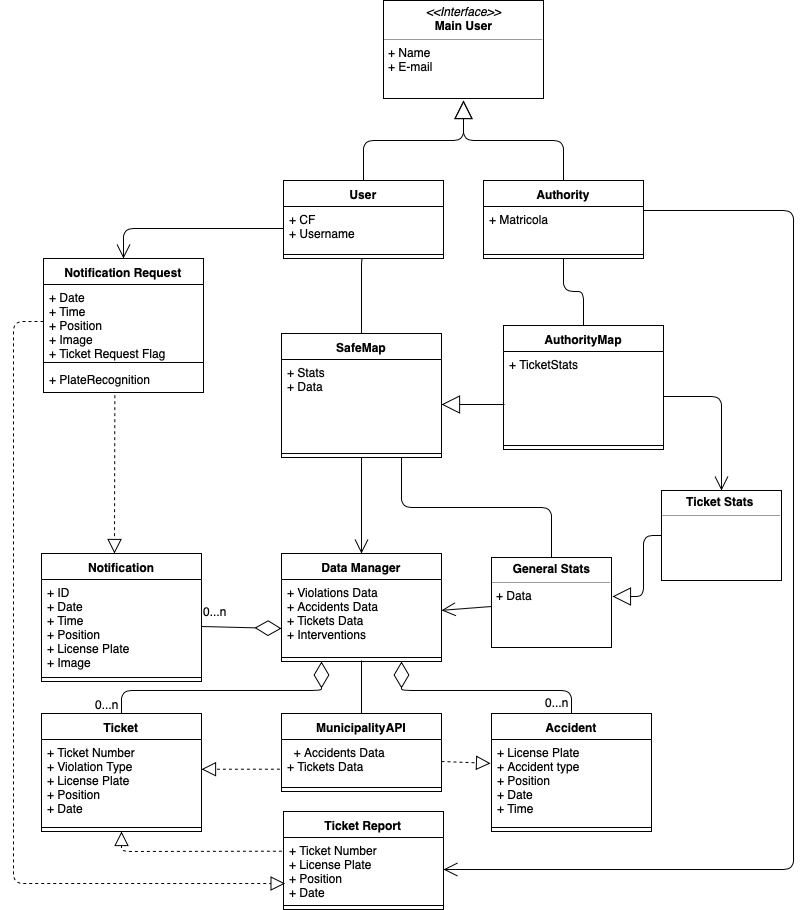
Earlier version of the draw.io export RASD2/Images/Diagrams/Class_Diagram.png (adrianomundo/FaddaMundoRota). Source tidied: cells renumbered, new cells last; positions are measured from the earlier drawing's top-left corner, leaving out a move shared by most shapes.
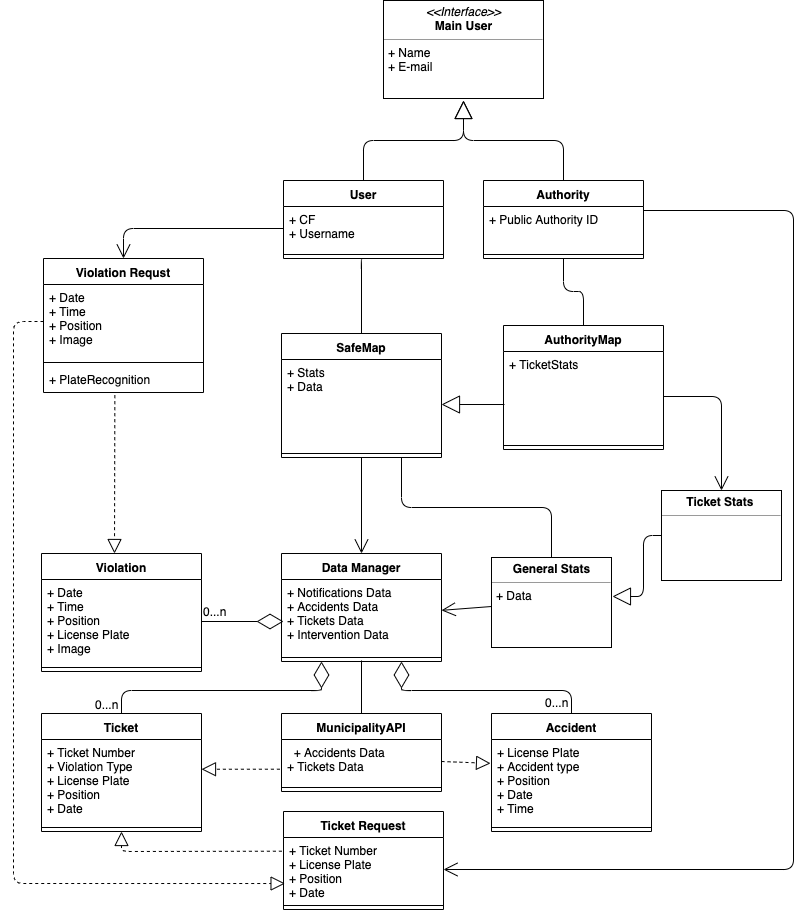
The same file after the commit.

Diff of the diagram source:
```diff
@@ -14,7 +14,7 @@
     <mxCell id="5" value="Authority" style="swimlane;fontStyle=1;align=center;verticalAlign=top;horizontal=1;startSize=26;fillColor=#ffffff;" parent="1" vertex="1">
       <mxGeometry x="470" y="180" width="160" height="78" as="geometry" />
     </mxCell>
-    <mxCell id="6" value="+ Matricola" style="text;strokeColor=none;fillColor=none;align=left;verticalAlign=top;spacingLeft=4;spacingRight=4;overflow=hidden;points=[[0,0.5],[1,0.5]];portConstraint=eastwest;" parent="5" vertex="1">
+    <mxCell id="6" value="+ Public Authority ID" style="text;strokeColor=none;fillColor=none;align=left;verticalAlign=top;spacingLeft=4;spacingRight=4;overflow=hidden;points=[[0,0.5],[1,0.5]];portConstraint=eastwest;" parent="5" vertex="1">
       <mxGeometry y="26" width="160" height="44" as="geometry" />
     </mxCell>
     <mxCell id="7" style="line;strokeWidth=1;fillColor=none;align=left;verticalAlign=middle;spacingTop=-1;spacingLeft=3;spacingRight=3;labelPosition=right;" parent="5" vertex="1">
@@ -41,10 +41,10 @@
     <mxCell id="10" value="&lt;p style=&quot;margin: 0px ; margin-top: 4px ; text-align: center&quot;&gt;&lt;i&gt;&amp;lt;&amp;lt;Interface&amp;gt;&amp;gt;&lt;/i&gt;&lt;br&gt;&lt;b&gt;Main User&lt;/b&gt;&lt;/p&gt;&lt;hr size=&quot;1&quot;&gt;&lt;p style=&quot;margin: 0px ; margin-left: 4px&quot;&gt;+ Name&lt;br&gt;+ E-mail&lt;/p&gt;&lt;p style=&quot;margin: 0px ; margin-left: 4px&quot;&gt;&lt;br&gt;&lt;/p&gt;" style="verticalAlign=top;align=left;overflow=fill;fontSize=12;fontFamily=Helvetica;html=1;rounded=0;fillColor=#ffffff;gradientColor=none;" parent="1" vertex="1">
       <mxGeometry x="370" width="160" height="98" as="geometry" />
     </mxCell>
-    <mxCell id="11" value="Notification Request" style="swimlane;fontStyle=1;align=center;verticalAlign=top;horizontal=1;startSize=26;rounded=0;fillColor=#ffffff;gradientColor=none;" parent="1" vertex="1">
+    <mxCell id="11" value="Violation Requst" style="swimlane;fontStyle=1;align=center;verticalAlign=top;horizontal=1;startSize=26;rounded=0;fillColor=#ffffff;gradientColor=none;" parent="1" vertex="1">
       <mxGeometry x="30" y="258" width="160" height="134" as="geometry" />
     </mxCell>
-    <mxCell id="12" value="+ Date&#10;+ Time&#10;+ Position&#10;+ Image&#10;+ Ticket Request Flag" style="text;strokeColor=none;fillColor=none;align=left;verticalAlign=top;spacingLeft=4;spacingRight=4;overflow=hidden;points=[[0,0.5],[1,0.5]];portConstraint=eastwest;" parent="11" vertex="1">
+    <mxCell id="12" value="+ Date&#10;+ Time&#10;+ Position&#10;+ Image&#10;" style="text;strokeColor=none;fillColor=none;align=left;verticalAlign=top;spacingLeft=4;spacingRight=4;overflow=hidden;points=[[0,0.5],[1,0.5]];portConstraint=eastwest;" parent="11" vertex="1">
       <mxGeometry y="26" width="160" height="74" as="geometry" />
     </mxCell>
     <mxCell id="13" style="line;strokeWidth=1;fillColor=none;align=left;verticalAlign=middle;spacingTop=-1;spacingLeft=3;spacingRight=3;labelPosition=right;" parent="11" vertex="1">
@@ -53,19 +53,19 @@
     <mxCell id="14" value="+ PlateRecognition" style="text;strokeColor=none;fillColor=none;align=left;verticalAlign=top;spacingLeft=4;spacingRight=4;overflow=hidden;points=[[0,0.5],[1,0.5]];portConstraint=eastwest;" parent="11" vertex="1">
       <mxGeometry y="108" width="160" height="26" as="geometry" />
     </mxCell>
-    <mxCell id="15" value="Notification" style="swimlane;fontStyle=1;align=center;verticalAlign=top;horizontal=1;startSize=26;fillColor=#ffffff;" parent="1" vertex="1">
-      <mxGeometry x="28" y="553" width="160" height="128" as="geometry" />
+    <mxCell id="15" value="Violation" style="swimlane;fontStyle=1;align=center;verticalAlign=top;horizontal=1;startSize=26;fillColor=#ffffff;" parent="1" vertex="1">
+      <mxGeometry x="28" y="553" width="160" height="118" as="geometry" />
     </mxCell>
-    <mxCell id="16" value="+ ID&#10;+ Date&#10;+ Time&#10;+ Position&#10;+ License Plate&#10;+ Image" style="text;strokeColor=none;fillColor=none;align=left;verticalAlign=top;spacingLeft=4;spacingRight=4;overflow=hidden;points=[[0,0.5],[1,0.5]];portConstraint=eastwest;" parent="15" vertex="1">
-      <mxGeometry y="26" width="160" height="94" as="geometry" />
+    <mxCell id="16" value="+ Date&#10;+ Time&#10;+ Position&#10;+ License Plate&#10;+ Image " style="text;strokeColor=none;fillColor=none;align=left;verticalAlign=top;spacingLeft=4;spacingRight=4;overflow=hidden;points=[[0,0.5],[1,0.5]];portConstraint=eastwest;" parent="15" vertex="1">
+      <mxGeometry y="26" width="160" height="84" as="geometry" />
     </mxCell>
     <mxCell id="17" style="line;strokeWidth=1;fillColor=none;align=left;verticalAlign=middle;spacingTop=-1;spacingLeft=3;spacingRight=3;labelPosition=right;" parent="15" vertex="1">
-      <mxGeometry y="120" width="160" height="8" as="geometry" />
+      <mxGeometry y="110" width="160" height="8" as="geometry" />
     </mxCell>
     <mxCell id="18" value="Data Manager" style="swimlane;fontStyle=1;align=center;verticalAlign=top;horizontal=1;startSize=26;rounded=0;fillColor=#ffffff;gradientColor=none;" parent="1" vertex="1">
       <mxGeometry x="268" y="553" width="160" height="108" as="geometry" />
     </mxCell>
-    <mxCell id="19" value="+ Violations Data&#10;+ Accidents Data&#10;+ Tickets Data&#10;+ Interventions&#10;" style="text;strokeColor=none;fillColor=none;align=left;verticalAlign=top;spacingLeft=4;spacingRight=4;overflow=hidden;points=[[0,0.5],[1,0.5]];portConstraint=eastwest;" parent="18" vertex="1">
+    <mxCell id="19" value="+ Notifications Data&#10;+ Accidents Data&#10;+ Tickets Data&#10;+ Intervention Data&#10;" style="text;strokeColor=none;fillColor=none;align=left;verticalAlign=top;spacingLeft=4;spacingRight=4;overflow=hidden;points=[[0,0.5],[1,0.5]];portConstraint=eastwest;" parent="18" vertex="1">
       <mxGeometry y="26" width="160" height="74" as="geometry" />
     </mxCell>
     <mxCell id="20" style="line;strokeWidth=1;fillColor=none;align=left;verticalAlign=middle;spacingTop=-1;spacingLeft=3;spacingRight=3;labelPosition=right;points=[];portConstraint=eastwest;" parent="18" vertex="1">
@@ -133,7 +133,7 @@
         </Array>
       </mxGeometry>
     </mxCell>
-    <mxCell id="40" value="Ticket Report" style="swimlane;fontStyle=1;align=center;verticalAlign=top;horizontal=1;startSize=26;rounded=0;fillColor=#ffffff;gradientColor=none;" parent="1" vertex="1">
+    <mxCell id="40" value="Ticket Request" style="swimlane;fontStyle=1;align=center;verticalAlign=top;horizontal=1;startSize=26;rounded=0;fillColor=#ffffff;gradientColor=none;" parent="1" vertex="1">
       <mxGeometry x="270" y="811" width="160" height="98" as="geometry" />
     </mxCell>
     <mxCell id="41" value="+ Ticket Number&#10;+ License Plate&#10;+ Position&#10;+ Date" style="text;strokeColor=none;fillColor=none;align=left;verticalAlign=top;spacingLeft=4;spacingRight=4;overflow=hidden;points=[[0,0.5],[1,0.5]];portConstraint=eastwest;" parent="40" vertex="1">
@@ -167,8 +167,10 @@
         </Array>
       </mxGeometry>
     </mxCell>
-    <mxCell id="48" style="endArrow=diamondThin;endFill=0;endSize=24;html=1;exitX=1;exitY=0.5;exitDx=0;exitDy=0;entryX=0;entryY=0.662;entryDx=0;entryDy=0;entryPerimeter=0;" parent="1" edge="1" source="16" target="19">
-      <mxGeometry relative="1" as="geometry" />
+    <mxCell id="48" style="endArrow=diamondThin;endFill=0;endSize=24;html=1;exitX=1;exitY=0.5;exitDx=0;exitDy=0;" parent="1" edge="1" source="16">
+      <mxGeometry relative="1" as="geometry">
+        <mxPoint x="270" y="621" as="targetPoint" />
+      </mxGeometry>
     </mxCell>
     <mxCell id="49" style="endArrow=block;dashed=1;endFill=0;endSize=12;html=1;exitX=-0.01;exitY=0.675;exitDx=0;exitDy=0;exitPerimeter=0;entryX=1;entryY=0.354;entryDx=0;entryDy=0;entryPerimeter=0;" parent="1" edge="1" source="24" target="27">
       <mxGeometry relative="1" as="geometry" />
```
